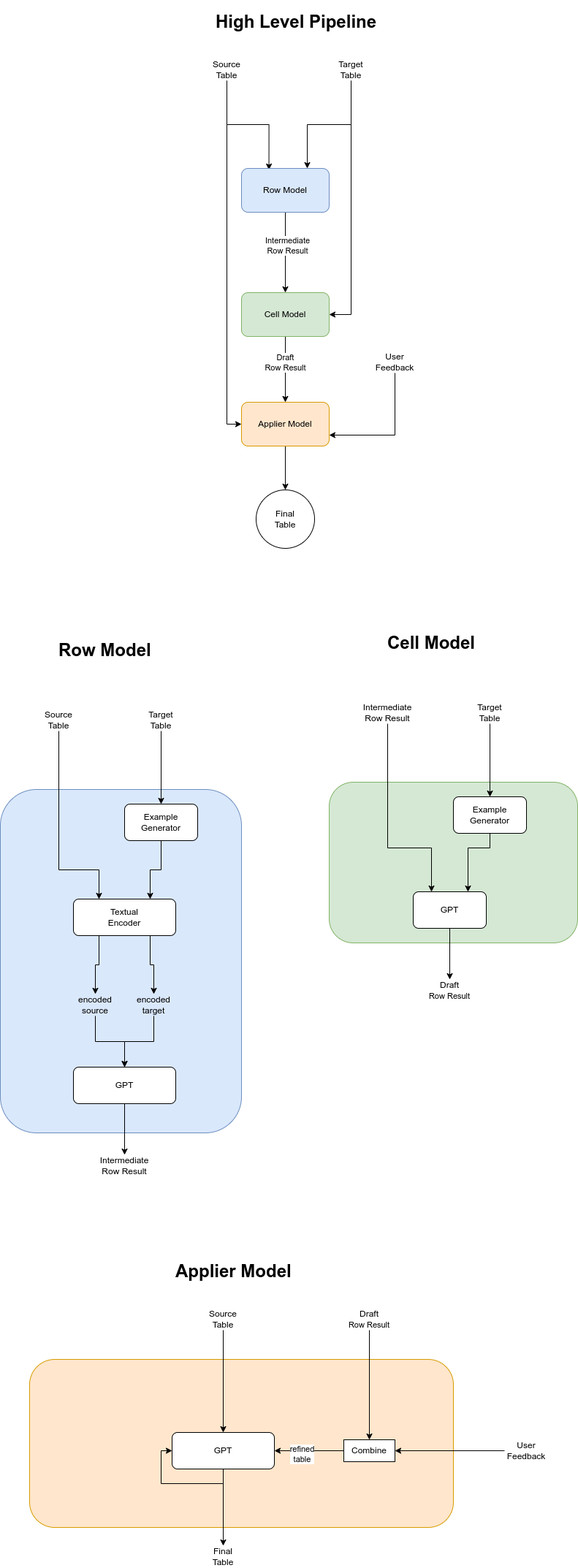
melih-unsal/MapGPT keeps this draw.io diagram as mapgpt_pipeline.png. Above is the earlier version. Source tidied: cells renumbered, new cells last; positions are measured from the earlier drawing's top-left corner, leaving out a move shared by most shapes.
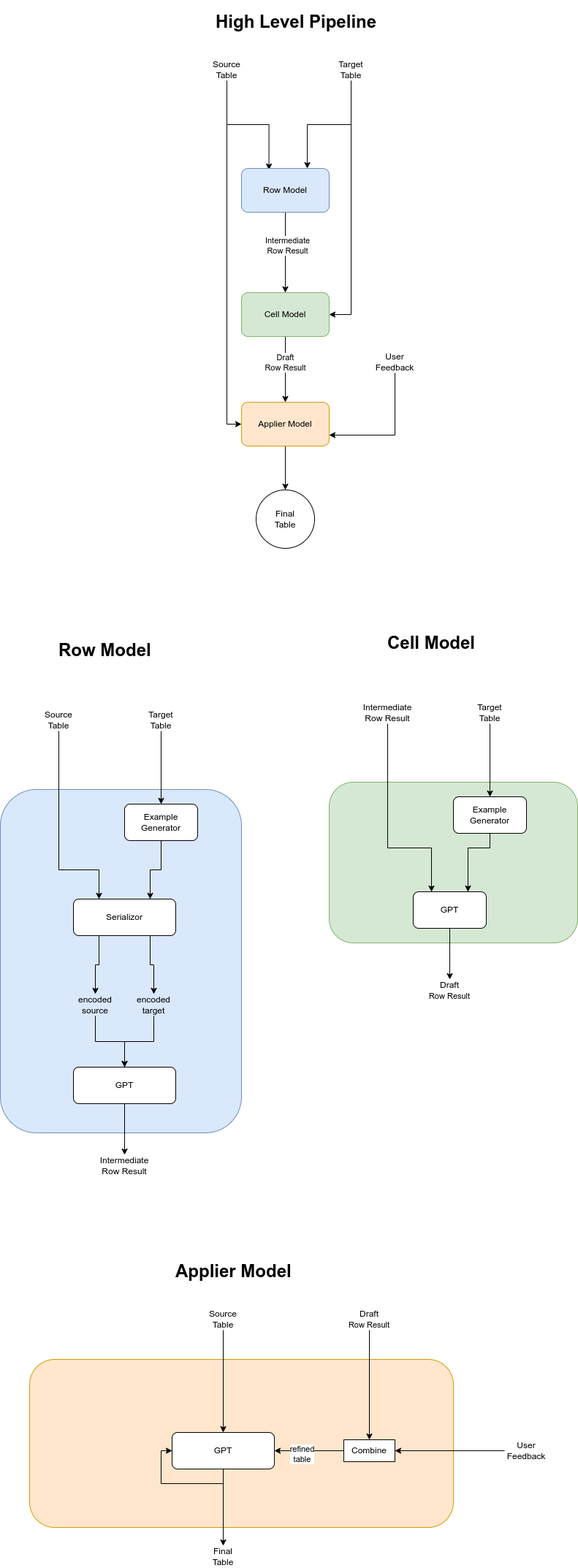
The same file after the commit.

Commit message:
finetuned model added

What changed in the source:
```diff
@@ -89,7 +89,7 @@
     <mxCell id="27" style="edgeStyle=orthogonalEdgeStyle;rounded=0;jettySize=auto;html=1;exitX=0.25;exitY=1;exitDx=0;exitDy=0;entryX=0.5;entryY=0;entryDx=0;entryDy=0;" parent="1" edge="1" source="28" target="45">
       <mxGeometry relative="1" as="geometry" />
     </mxCell>
-    <mxCell id="28" value="Textual&lt;br&gt;Encoder" style="rounded=1;whiteSpace=wrap;html=1;" parent="1" vertex="1">
+    <mxCell id="28" value="Serializor" style="rounded=1;whiteSpace=wrap;html=1;" parent="1" vertex="1">
       <mxGeometry x="100" y="1220" width="140" height="50" as="geometry" />
     </mxCell>
     <mxCell id="29" style="edgeStyle=orthogonalEdgeStyle;rounded=0;jettySize=auto;html=1;exitX=0.5;exitY=1;exitDx=0;exitDy=0;entryX=0.75;entryY=0;entryDx=0;entryDy=0;" parent="1" edge="1" source="30" target="28">
```
